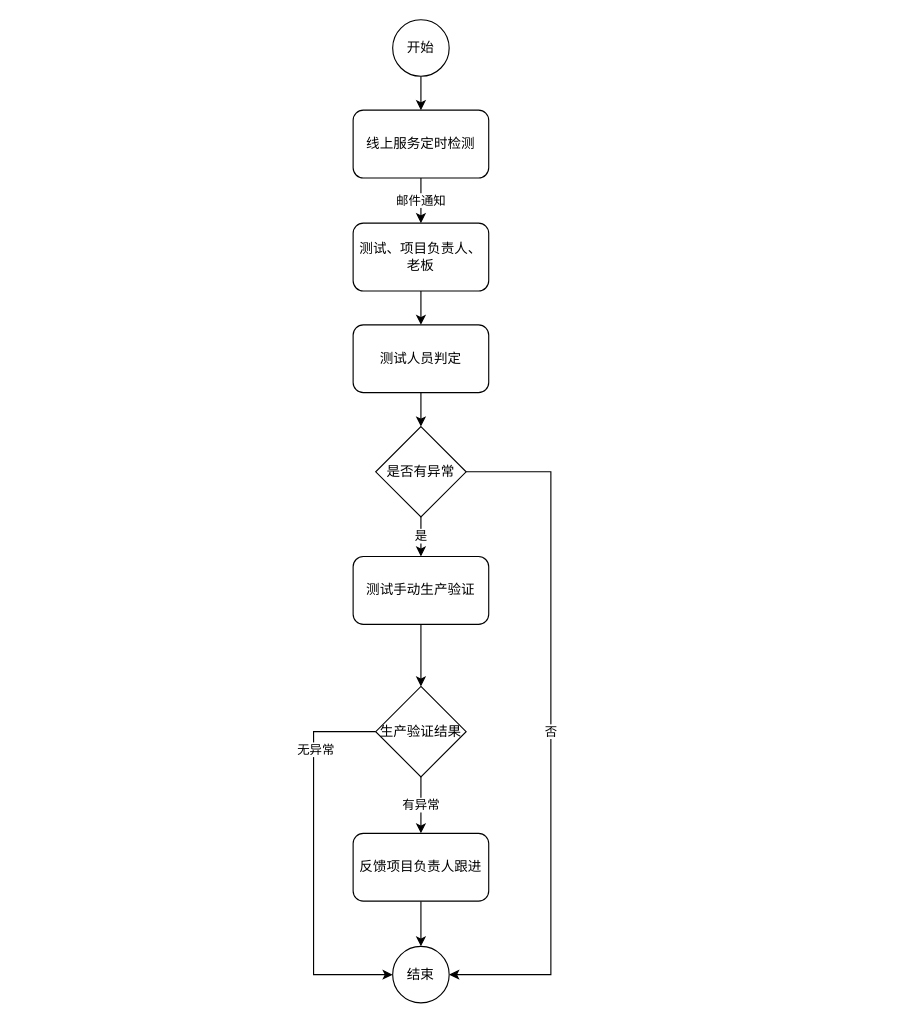
This is 线上环境邮件预警流程.drawio from ammengke/my-drawio, a draw.io file, before an edit. Source tidied: cells renumbered, new cells numbered last; positions are measured from the earlier drawing's top-left corner, leaving out a move shared by most shapes. Both pictures are drawn from the tidied source at 113%, with x=0, y=0 at pixel (313, 19).
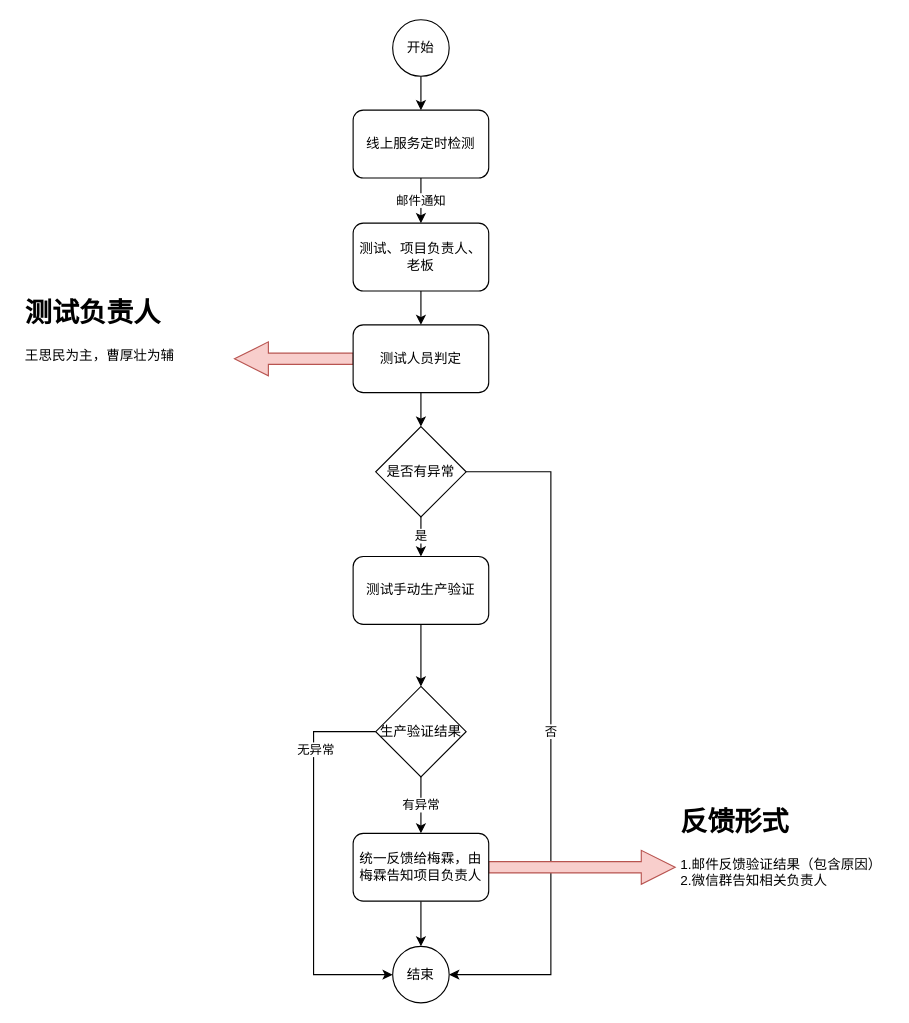
Above is the later version.

Commit message:
更新线上环境邮件预警流程.drawio

The change refers to these unchanged cells:
```xml
<mxCell id="9" value="测试人员判定" style="rounded=1;whiteSpace=wrap;html=1;" parent="1" vertex="1">
  <mxGeometry x="35" y="270" width="120" height="60" as="geometry" />
</mxCell>
```

The edit, as a diff of the source:
```diff
@@
+    <mxCell id="23" style="edgeStyle=orthogonalEdgeStyle;shape=arrow;rounded=0;jettySize=auto;html=1;fillColor=#f8cecc;strokeColor=#b85450;" parent="1" edge="1" source="9" target="26">
+      <mxGeometry relative="1" as="geometry" />
+    </mxCell>
@@
+    <mxCell id="24" style="edgeStyle=orthogonalEdgeStyle;rounded=0;jettySize=auto;html=1;fillColor=#f8cecc;strokeColor=#b85450;shape=arrow;" parent="1" edge="1" source="22" target="25">
+      <mxGeometry relative="1" as="geometry" />
+    </mxCell>
-    <mxCell id="22" value="反馈项目负责人跟进" style="rounded=1;whiteSpace=wrap;html=1;" parent="1" vertex="1">
+    <mxCell id="22" value="统一反馈给梅霖，由梅霖告知项目负责人" style="rounded=1;whiteSpace=wrap;html=1;" parent="1" vertex="1">
       <mxGeometry x="35" y="720" width="120" height="60" as="geometry" />
     </mxCell>
+    <mxCell id="25" value="&lt;h1&gt;反馈形式&lt;/h1&gt;&lt;p&gt;1.邮件反馈验证结果（包含原因）&lt;br&gt;2.微信群告知相关负责人&lt;/p&gt;" style="text;html=1;strokeColor=none;fillColor=none;spacing=5;spacingTop=-20;whiteSpace=wrap;overflow=hidden;rounded=0;" parent="1" vertex="1">
+      <mxGeometry x="320" y="690" width="190" height="120" as="geometry" />
+    </mxCell>
+    <mxCell id="26" value="&lt;h1&gt;测试负责人&lt;/h1&gt;&lt;p&gt;王思民为主，曹厚壮为辅&lt;/p&gt;" style="text;html=1;strokeColor=none;fillColor=none;spacing=5;spacingTop=-20;whiteSpace=wrap;overflow=hidden;rounded=0;" parent="1" vertex="1">
+      <mxGeometry x="-260" y="240" width="190" height="120" as="geometry" />
+    </mxCell>
```
